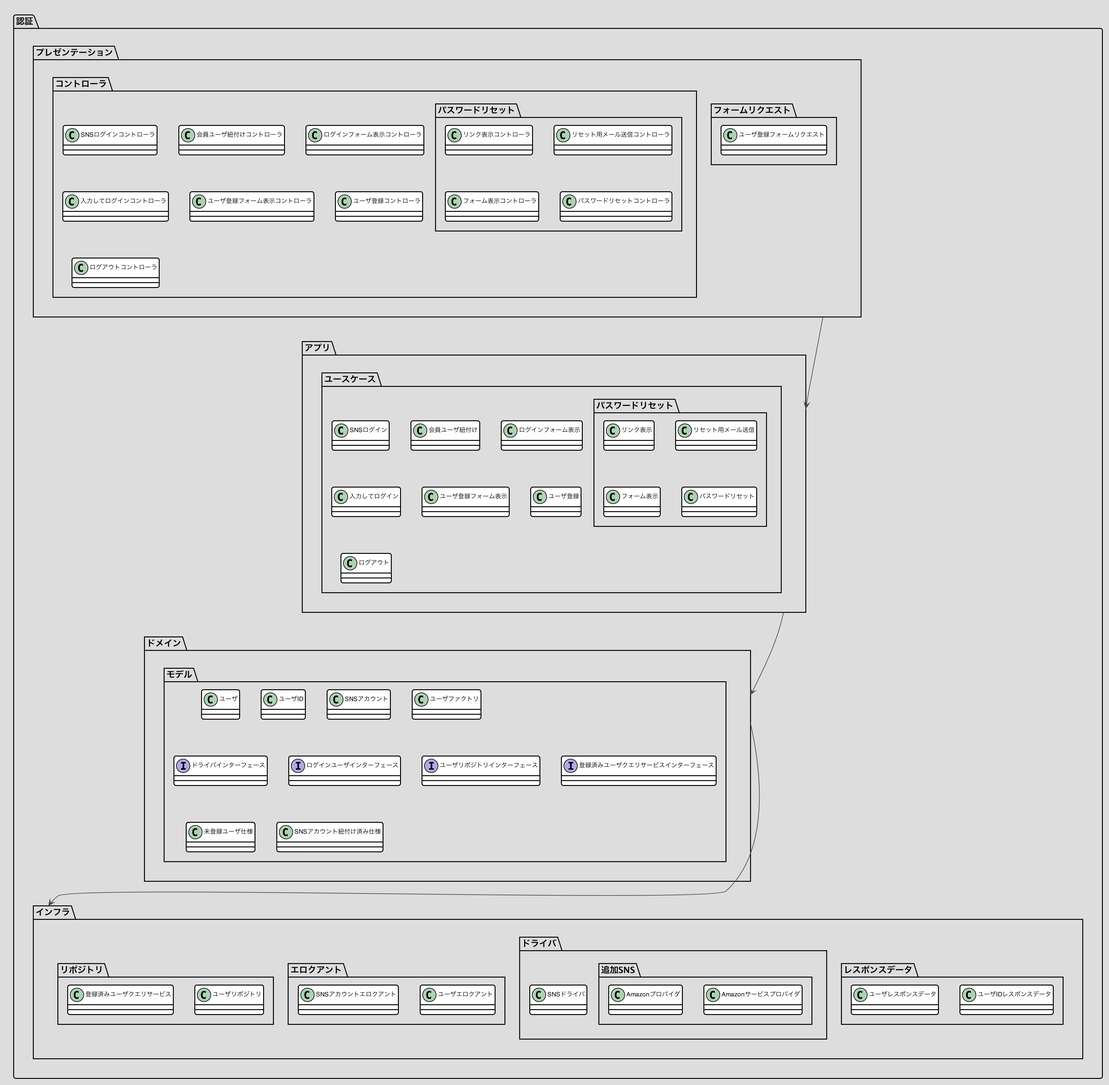
Above: docs/画像/認証.png in nomura-kainos/japanese-ddd-sample (PlantUML), before the change.
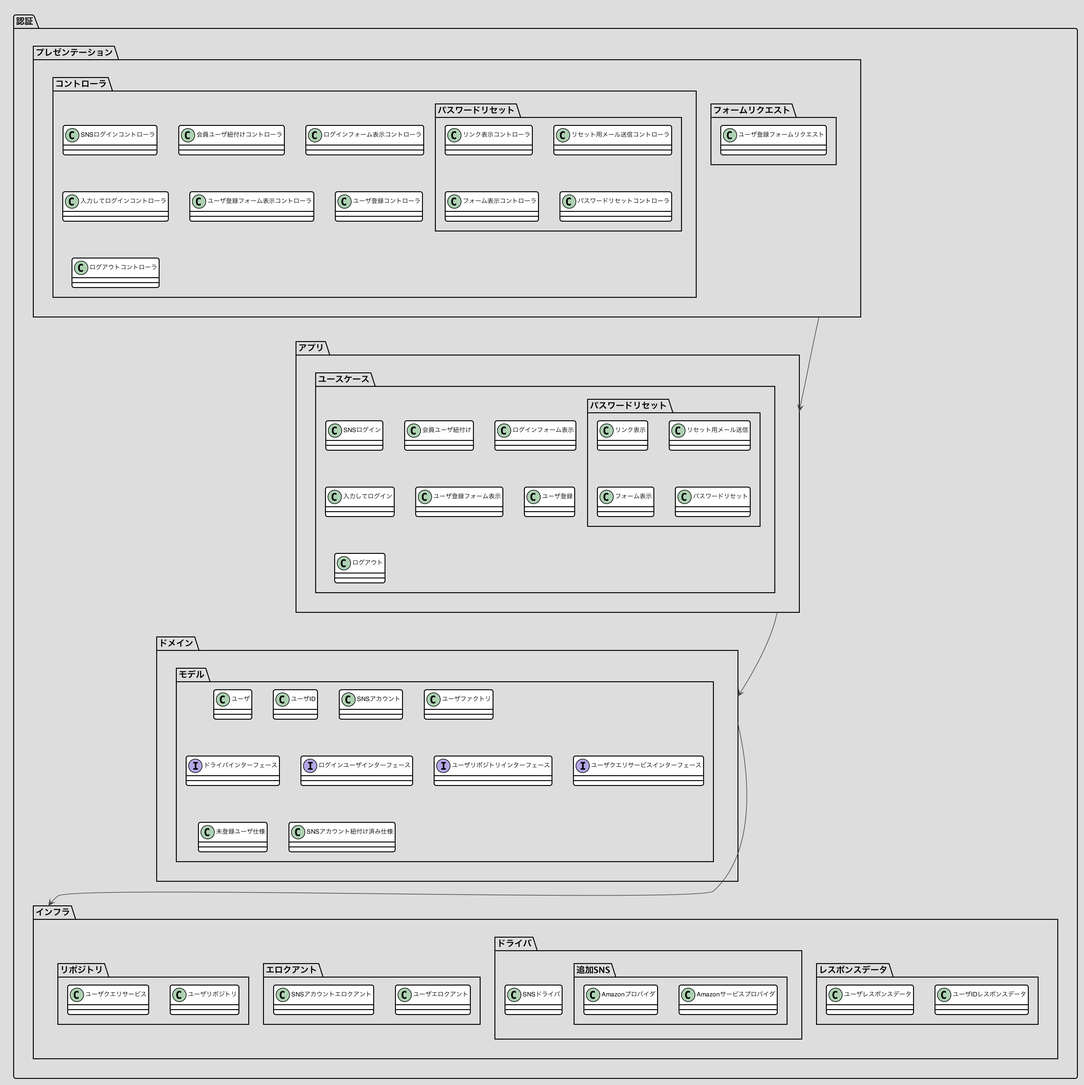
After the commit.

Change to the diagram source:
```diff
@@ -101,7 +101,7 @@
    interface ドライバインターフェース
    interface ログインユーザインターフェース
    interface ユーザリポジトリインターフェース
-   interface 登録済みユーザクエリサービスインターフェース
+   interface ユーザクエリサービスインターフェース
    class 未登録ユーザ仕様
    class SNSアカウント紐付け済み仕様
   }
@@ -124,7 +124,7 @@
   }
   package リポジトリ {
    class ユーザリポジトリ
-   class 登録済みユーザクエリサービス
+   class ユーザクエリサービス
   }
  }
 }
```
